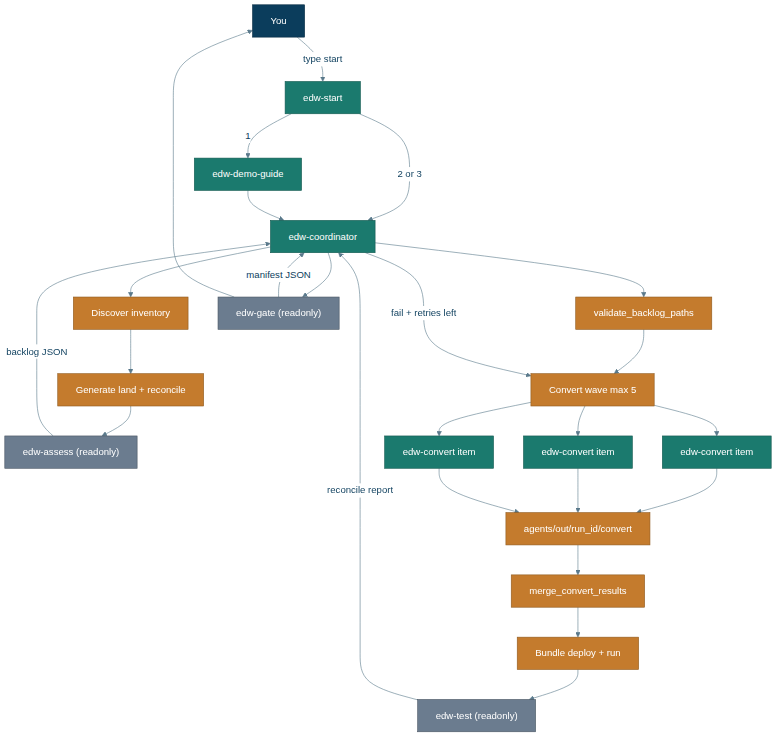
Before: docs/img/agent_delegation.png, a diagram exported from Mermaid (Jericho2010/edwmigration). Its source is kept beside it as docs/img/agent_delegation.mmd.
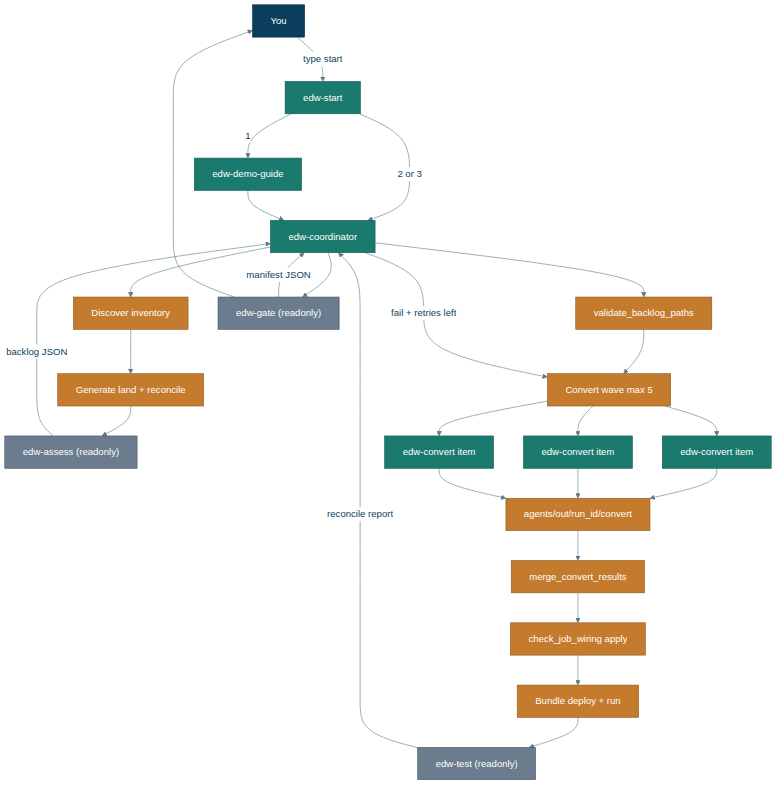
After the commit.

Diff of the diagram source:
```diff
@@ -17,7 +17,8 @@
   C2 --> Results
   Cn --> Results
   Results --> Merge["merge_convert_results"]
-  Merge --> DeployRun["Bundle deploy + run"]
+  Merge --> Wire["check_job_wiring apply"]
+  Wire --> DeployRun["Bundle deploy + run"]
   DeployRun --> Test["edw-test (readonly)"]
   Test -->|"reconcile report"| Coord
   Coord --> Gate["edw-gate (readonly)"]
@@ -33,4 +34,4 @@
   class User user
   class Start,Guide,Coord,C1,C2,Cn agent
   class Assess,Test,Gate readonly
-  class Discover,Generate,DeployRun,Validate,Merge,Wave,Results work
+  class Discover,Generate,DeployRun,Validate,Merge,Wire,Wave,Results work
```
